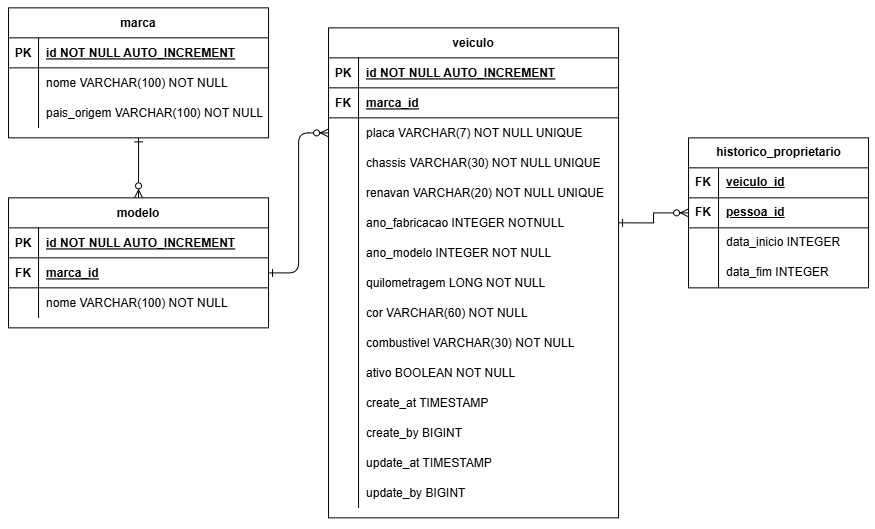
Above: docs/modelo-relacional/ENTIDADE-RELACIONAL-VEICULO.png in henriqueValgas/oficina-mecanica-api (draw.io), before the change. Source tidied: cells renumbered, new cells last; positions are measured from the earlier drawing's top-left corner, leaving out a move shared by most shapes.
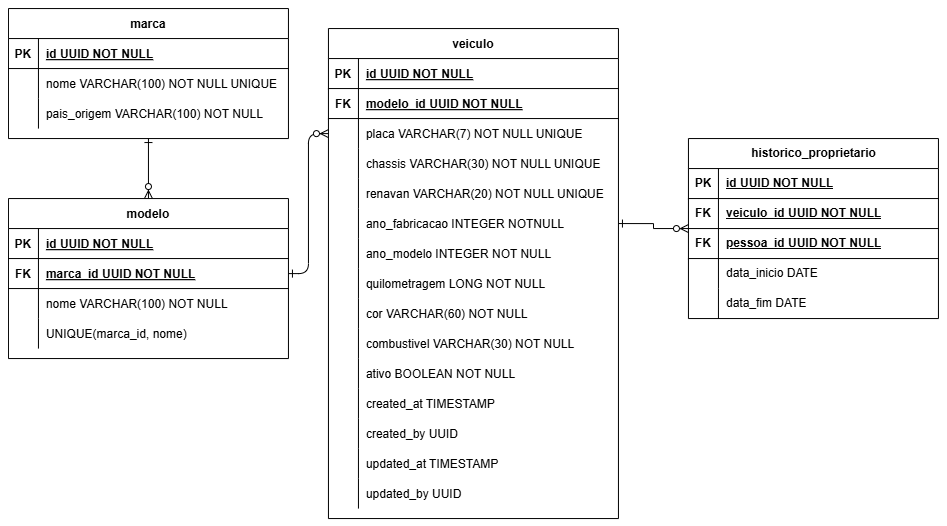
Later version of the same file.

Commit message:
docs: finalizado correcoes em entidade relacional e diagramas de classe

Change to the diagram source:
```diff
@@ -9,35 +9,44 @@
       <mxGeometry relative="1" as="geometry" />
     </mxCell>
     <mxCell id="4" value="modelo" style="shape=table;startSize=30;rowLines=0;fontStyle=1;align=center;" parent="1" vertex="1">
-      <mxGeometry y="190" width="260" height="130" as="geometry" />
+      <mxGeometry y="190" width="280" height="160" as="geometry" />
     </mxCell>
     <mxCell id="5" style="shape=partialRectangle;fillColor=none;top=0;left=0;right=0;bottom=1;" parent="4" vertex="1">
-      <mxGeometry y="30" width="260" height="30" as="geometry" />
+      <mxGeometry y="30" width="280" height="30" as="geometry" />
     </mxCell>
     <mxCell id="6" value="PK" style="shape=partialRectangle;overflow=hidden;fillColor=none;top=0;left=0;bottom=0;right=0;fontStyle=1;" parent="5" vertex="1">
       <mxGeometry width="30" height="30" as="geometry" />
     </mxCell>
-    <mxCell id="7" value="id NOT NULL AUTO_INCREMENT" style="shape=partialRectangle;overflow=hidden;fillColor=none;top=0;left=0;bottom=0;right=0;align=left;spacingLeft=6;fontStyle=5;" parent="5" vertex="1">
-      <mxGeometry x="30" width="230" height="30" as="geometry" />
+    <mxCell id="7" value="id UUID NOT NULL" style="shape=partialRectangle;overflow=hidden;fillColor=none;top=0;left=0;bottom=0;right=0;align=left;spacingLeft=6;fontStyle=5;" parent="5" vertex="1">
+      <mxGeometry x="30" width="250" height="30" as="geometry" />
     </mxCell>
     <mxCell id="8" style="shape=partialRectangle;fillColor=none;points=[[0,0.5],[1,0.5]];portConstraint=eastwest;top=0;left=0;right=0;bottom=1;" parent="4" vertex="1">
-      <mxGeometry y="60" width="260" height="30" as="geometry" />
+      <mxGeometry y="60" width="280" height="30" as="geometry" />
     </mxCell>
     <mxCell id="9" value="FK" style="shape=partialRectangle;overflow=hidden;fillColor=none;top=0;left=0;bottom=0;right=0;fontStyle=1;" parent="8" vertex="1">
       <mxGeometry width="30" height="30" as="geometry" />
     </mxCell>
-    <mxCell id="10" value="marca_id" style="shape=partialRectangle;overflow=hidden;fillColor=none;top=0;left=0;bottom=0;right=0;align=left;spacingLeft=6;fontStyle=5;" parent="8" vertex="1">
-      <mxGeometry x="30" width="230" height="30" as="geometry" />
+    <mxCell id="10" value="marca_id UUID NOT NULL" style="shape=partialRectangle;overflow=hidden;fillColor=none;top=0;left=0;bottom=0;right=0;align=left;spacingLeft=6;fontStyle=5;" parent="8" vertex="1">
+      <mxGeometry x="30" width="250" height="30" as="geometry" />
     </mxCell>
     <mxCell id="11" style="shape=partialRectangle;fillColor=none;top=0;left=0;right=0;bottom=0;" parent="4" vertex="1">
-      <mxGeometry y="90" width="260" height="30" as="geometry" />
+      <mxGeometry y="90" width="280" height="30" as="geometry" />
     </mxCell>
     <mxCell id="12" style="shape=partialRectangle;overflow=hidden;fillColor=none;top=0;left=0;bottom=0;right=0;" parent="11" vertex="1">
       <mxGeometry width="30" height="30" as="geometry" />
     </mxCell>
     <mxCell id="13" value="nome VARCHAR(100) NOT NULL" style="shape=partialRectangle;overflow=hidden;fillColor=none;top=0;left=0;bottom=0;right=0;align=left;spacingLeft=6;" parent="11" vertex="1">
-      <mxGeometry x="30" width="230" height="30" as="geometry" />
+      <mxGeometry x="30" width="250" height="30" as="geometry" />
     </mxCell>
+    <mxCell id="84" style="shape=partialRectangle;fillColor=none;top=0;left=0;right=0;bottom=0;" parent="4" vertex="1">
+      <mxGeometry y="120" width="280" height="30" as="geometry" />
+    </mxCell>
+    <mxCell id="85" style="shape=partialRectangle;overflow=hidden;fillColor=none;top=0;left=0;bottom=0;right=0;" parent="84" vertex="1">
+      <mxGeometry width="30" height="30" as="geometry" />
+    </mxCell>
+    <mxCell id="86" value="UNIQUE(marca_id, nome)" style="shape=partialRectangle;overflow=hidden;fillColor=none;top=0;left=0;bottom=0;right=0;align=left;spacingLeft=6;" parent="84" vertex="1">
+      <mxGeometry x="30" width="250" height="30" as="geometry" />
+    </mxCell>
     <mxCell id="14" value="veiculo" style="shape=table;startSize=30;rowLines=0;fontStyle=1;align=center;" parent="1" vertex="1">
       <mxGeometry x="320" y="20" width="290" height="490" as="geometry" />
     </mxCell>
@@ -47,7 +56,7 @@
     <mxCell id="16" value="PK" style="shape=partialRectangle;overflow=hidden;fillColor=none;top=0;left=0;bottom=0;right=0;fontStyle=1;" parent="15" vertex="1">
       <mxGeometry width="30" height="30" as="geometry" />
     </mxCell>
-    <mxCell id="17" value="id NOT NULL AUTO_INCREMENT" style="shape=partialRectangle;overflow=hidden;fillColor=none;top=0;left=0;bottom=0;right=0;align=left;spacingLeft=6;fontStyle=5;" parent="15" vertex="1">
+    <mxCell id="17" value="id UUID NOT NULL" style="shape=partialRectangle;overflow=hidden;fillColor=none;top=0;left=0;bottom=0;right=0;align=left;spacingLeft=6;fontStyle=5;" parent="15" vertex="1">
       <mxGeometry x="30" width="260" height="30" as="geometry" />
     </mxCell>
     <mxCell id="18" style="shape=partialRectangle;fillColor=none;top=0;left=0;right=0;bottom=1;" parent="14" vertex="1">
@@ -56,7 +65,7 @@
     <mxCell id="19" value="FK" style="shape=partialRectangle;overflow=hidden;fillColor=none;top=0;left=0;bottom=0;right=0;fontStyle=1;" parent="18" vertex="1">
       <mxGeometry width="30" height="30" as="geometry" />
     </mxCell>
-    <mxCell id="20" value="marca_id" style="shape=partialRectangle;overflow=hidden;fillColor=none;top=0;left=0;bottom=0;right=0;align=left;spacingLeft=6;fontStyle=5;" parent="18" vertex="1">
+    <mxCell id="20" value="modelo_id UUID NOT NULL" style="shape=partialRectangle;overflow=hidden;fillColor=none;top=0;left=0;bottom=0;right=0;align=left;spacingLeft=6;fontStyle=5;" parent="18" vertex="1">
       <mxGeometry x="30" width="260" height="30" as="geometry" />
     </mxCell>
     <mxCell id="21" style="shape=partialRectangle;fillColor=none;points=[[0,0.5],[1,0.5]];portConstraint=eastwest;top=0;left=0;right=0;bottom=0;" parent="14" vertex="1">
@@ -146,7 +155,7 @@
     <mxCell id="49" style="shape=partialRectangle;overflow=hidden;fillColor=none;top=0;left=0;bottom=0;right=0;" parent="48" vertex="1">
       <mxGeometry width="30" height="30" as="geometry" />
     </mxCell>
-    <mxCell id="50" value="create_at TIMESTAMP" style="shape=partialRectangle;overflow=hidden;fillColor=none;top=0;left=0;bottom=0;right=0;align=left;spacingLeft=6;" parent="48" vertex="1">
+    <mxCell id="50" value="created_at TIMESTAMP" style="shape=partialRectangle;overflow=hidden;fillColor=none;top=0;left=0;bottom=0;right=0;align=left;spacingLeft=6;" parent="48" vertex="1">
       <mxGeometry x="30" width="260" height="30" as="geometry" />
     </mxCell>
     <mxCell id="51" style="shape=partialRectangle;fillColor=none;top=0;left=0;right=0;bottom=0;" parent="14" vertex="1">
@@ -155,7 +164,7 @@
     <mxCell id="52" style="shape=partialRectangle;overflow=hidden;fillColor=none;top=0;left=0;bottom=0;right=0;" parent="51" vertex="1">
       <mxGeometry width="30" height="30" as="geometry" />
     </mxCell>
-    <mxCell id="53" value="create_by BIGINT" style="shape=partialRectangle;overflow=hidden;fillColor=none;top=0;left=0;bottom=0;right=0;align=left;spacingLeft=6;" parent="51" vertex="1">
+    <mxCell id="53" value="created_by UUID" style="shape=partialRectangle;overflow=hidden;fillColor=none;top=0;left=0;bottom=0;right=0;align=left;spacingLeft=6;" parent="51" vertex="1">
       <mxGeometry x="30" width="260" height="30" as="geometry" />
     </mxCell>
     <mxCell id="54" style="shape=partialRectangle;fillColor=none;top=0;left=0;right=0;bottom=0;" parent="14" vertex="1">
@@ -164,7 +173,7 @@
     <mxCell id="55" style="shape=partialRectangle;overflow=hidden;fillColor=none;top=0;left=0;bottom=0;right=0;" parent="54" vertex="1">
       <mxGeometry width="30" height="30" as="geometry" />
     </mxCell>
-    <mxCell id="56" value="update_at TIMESTAMP" style="shape=partialRectangle;overflow=hidden;fillColor=none;top=0;left=0;bottom=0;right=0;align=left;spacingLeft=6;" parent="54" vertex="1">
+    <mxCell id="56" value="updated_at TIMESTAMP" style="shape=partialRectangle;overflow=hidden;fillColor=none;top=0;left=0;bottom=0;right=0;align=left;spacingLeft=6;" parent="54" vertex="1">
       <mxGeometry x="30" width="260" height="30" as="geometry" />
     </mxCell>
     <mxCell id="57" style="shape=partialRectangle;fillColor=none;top=0;left=0;right=0;bottom=0;" parent="14" vertex="1">
@@ -173,77 +182,86 @@
     <mxCell id="58" style="shape=partialRectangle;overflow=hidden;fillColor=none;top=0;left=0;bottom=0;right=0;" parent="57" vertex="1">
       <mxGeometry width="30" height="30" as="geometry" />
     </mxCell>
-    <mxCell id="59" value="update_by BIGINT" style="shape=partialRectangle;overflow=hidden;fillColor=none;top=0;left=0;bottom=0;right=0;align=left;spacingLeft=6;" parent="57" vertex="1">
+    <mxCell id="59" value="updated_by UUID" style="shape=partialRectangle;overflow=hidden;fillColor=none;top=0;left=0;bottom=0;right=0;align=left;spacingLeft=6;" parent="57" vertex="1">
       <mxGeometry x="30" width="260" height="30" as="geometry" />
     </mxCell>
     <mxCell id="60" value="marca" style="shape=table;startSize=30;rowLines=0;fontStyle=1;align=center;" parent="1" vertex="1">
-      <mxGeometry width="260" height="130" as="geometry" />
+      <mxGeometry width="280" height="130" as="geometry" />
     </mxCell>
     <mxCell id="61" style="shape=partialRectangle;fillColor=none;top=0;left=0;right=0;bottom=1;" parent="60" vertex="1">
-      <mxGeometry y="30" width="260" height="30" as="geometry" />
+      <mxGeometry y="30" width="280" height="30" as="geometry" />
     </mxCell>
     <mxCell id="62" value="PK" style="shape=partialRectangle;overflow=hidden;fillColor=none;top=0;left=0;bottom=0;right=0;fontStyle=1;" parent="61" vertex="1">
       <mxGeometry width="30" height="30" as="geometry" />
     </mxCell>
-    <mxCell id="63" value="id NOT NULL AUTO_INCREMENT" style="shape=partialRectangle;overflow=hidden;fillColor=none;top=0;left=0;bottom=0;right=0;align=left;spacingLeft=6;fontStyle=5;" parent="61" vertex="1">
-      <mxGeometry x="30" width="230" height="30" as="geometry" />
+    <mxCell id="63" value="id UUID NOT NULL" style="shape=partialRectangle;overflow=hidden;fillColor=none;top=0;left=0;bottom=0;right=0;align=left;spacingLeft=6;fontStyle=5;" parent="61" vertex="1">
+      <mxGeometry x="30" width="250" height="30" as="geometry" />
     </mxCell>
     <mxCell id="64" style="shape=partialRectangle;fillColor=none;top=0;left=0;right=0;bottom=0;" parent="60" vertex="1">
-      <mxGeometry y="60" width="260" height="30" as="geometry" />
+      <mxGeometry y="60" width="280" height="30" as="geometry" />
     </mxCell>
     <mxCell id="65" style="shape=partialRectangle;overflow=hidden;fillColor=none;top=0;left=0;bottom=0;right=0;" parent="64" vertex="1">
       <mxGeometry width="30" height="30" as="geometry" />
     </mxCell>
-    <mxCell id="66" value="nome VARCHAR(100) NOT NULL" style="shape=partialRectangle;overflow=hidden;fillColor=none;top=0;left=0;bottom=0;right=0;align=left;spacingLeft=6;" parent="64" vertex="1">
-      <mxGeometry x="30" width="230" height="30" as="geometry" />
+    <mxCell id="66" value="nome VARCHAR(100) NOT NULL UNIQUE" style="shape=partialRectangle;overflow=hidden;fillColor=none;top=0;left=0;bottom=0;right=0;align=left;spacingLeft=6;" parent="64" vertex="1">
+      <mxGeometry x="30" width="250" height="30" as="geometry" />
     </mxCell>
     <mxCell id="67" style="shape=partialRectangle;fillColor=none;top=0;left=0;right=0;bottom=0;" parent="60" vertex="1">
-      <mxGeometry y="90" width="260" height="30" as="geometry" />
+      <mxGeometry y="90" width="280" height="30" as="geometry" />
     </mxCell>
     <mxCell id="68" style="shape=partialRectangle;overflow=hidden;fillColor=none;top=0;left=0;bottom=0;right=0;" parent="67" vertex="1">
       <mxGeometry width="30" height="30" as="geometry" />
     </mxCell>
     <mxCell id="69" value="pais_origem VARCHAR(100) NOT NULL" style="shape=partialRectangle;overflow=hidden;fillColor=none;top=0;left=0;bottom=0;right=0;align=left;spacingLeft=6;" parent="67" vertex="1">
-      <mxGeometry x="30" width="230" height="30" as="geometry" />
+      <mxGeometry x="30" width="250" height="30" as="geometry" />
     </mxCell>
     <mxCell id="70" value="historico_proprietario" style="shape=table;startSize=30;rowLines=0;fontStyle=1;align=center;html=1;" parent="1" vertex="1">
-      <mxGeometry x="680" y="130" width="180" height="150" as="geometry" />
+      <mxGeometry x="680" y="130" width="250" height="180" as="geometry" />
     </mxCell>
     <mxCell id="71" style="shape=tableRow;horizontal=0;startSize=0;swimlaneHead=0;swimlaneBody=0;fillColor=none;top=0;left=0;right=0;bottom=1;" parent="70" vertex="1">
-      <mxGeometry y="30" width="180" height="30" as="geometry" />
+      <mxGeometry y="30" width="250" height="30" as="geometry" />
     </mxCell>
-    <mxCell id="72" value="FK" style="shape=partialRectangle;fillColor=none;top=0;left=0;bottom=0;right=0;fontStyle=1;overflow=hidden;whiteSpace=wrap;html=1;" parent="71" vertex="1">
+    <mxCell id="72" value="PK" style="shape=partialRectangle;fillColor=none;top=0;left=0;bottom=0;right=0;fontStyle=1;overflow=hidden;whiteSpace=wrap;html=1;" parent="71" vertex="1">
       <mxGeometry width="30" height="30" as="geometry" />
     </mxCell>
-    <mxCell id="73" value="veiculo_id" style="shape=partialRectangle;fillColor=none;top=0;left=0;bottom=0;right=0;align=left;spacingLeft=6;fontStyle=5;overflow=hidden;whiteSpace=wrap;html=1;" parent="71" vertex="1">
-      <mxGeometry x="30" width="150" height="30" as="geometry" />
+    <mxCell id="73" value="id UUID NOT NULL" style="shape=partialRectangle;fillColor=none;top=0;left=0;bottom=0;right=0;align=left;spacingLeft=6;fontStyle=5;overflow=hidden;whiteSpace=wrap;html=1;" parent="71" vertex="1">
+      <mxGeometry x="30" width="220" height="30" as="geometry" />
     </mxCell>
+    <mxCell id="87" style="shape=tableRow;horizontal=0;startSize=0;swimlaneHead=0;swimlaneBody=0;fillColor=none;top=0;left=0;right=0;bottom=1;" parent="70" vertex="1">
+      <mxGeometry y="60" width="250" height="30" as="geometry" />
+    </mxCell>
+    <mxCell id="88" value="FK" style="shape=partialRectangle;fillColor=none;top=0;left=0;bottom=0;right=0;fontStyle=1;overflow=hidden;whiteSpace=wrap;html=1;" parent="87" vertex="1">
+      <mxGeometry width="30" height="30" as="geometry" />
+    </mxCell>
+    <mxCell id="89" value="veiculo_id UUID NOT NULL" style="shape=partialRectangle;fillColor=none;top=0;left=0;bottom=0;right=0;align=left;spacingLeft=6;fontStyle=5;overflow=hidden;whiteSpace=wrap;html=1;" parent="87" vertex="1">
+      <mxGeometry x="30" width="220" height="30" as="geometry" />
+    </mxCell>
     <mxCell id="74" style="shape=tableRow;horizontal=0;startSize=0;swimlaneHead=0;swimlaneBody=0;fillColor=none;top=0;left=0;right=0;bottom=1;" parent="70" vertex="1">
-      <mxGeometry y="60" width="180" height="30" as="geometry" />
+      <mxGeometry y="90" width="250" height="30" as="geometry" />
     </mxCell>
     <mxCell id="75" value="FK" style="shape=partialRectangle;fillColor=none;top=0;left=0;bottom=0;right=0;fontStyle=1;overflow=hidden;whiteSpace=wrap;html=1;" parent="74" vertex="1">
       <mxGeometry width="30" height="30" as="geometry" />
     </mxCell>
-    <mxCell id="76" value="pessoa_id" style="shape=partialRectangle;fillColor=none;top=0;left=0;bottom=0;right=0;align=left;spacingLeft=6;fontStyle=5;overflow=hidden;whiteSpace=wrap;html=1;" parent="74" vertex="1">
-      <mxGeometry x="30" width="150" height="30" as="geometry" />
+    <mxCell id="76" value="pessoa_id UUID NOT NULL" style="shape=partialRectangle;fillColor=none;top=0;left=0;bottom=0;right=0;align=left;spacingLeft=6;fontStyle=5;overflow=hidden;whiteSpace=wrap;html=1;" parent="74" vertex="1">
+      <mxGeometry x="30" width="220" height="30" as="geometry" />
     </mxCell>
     <mxCell id="77" style="shape=tableRow;horizontal=0;startSize=0;swimlaneHead=0;swimlaneBody=0;fillColor=none;top=0;left=0;right=0;bottom=0;" parent="70" vertex="1">
-      <mxGeometry y="90" width="180" height="30" as="geometry" />
+      <mxGeometry y="120" width="250" height="30" as="geometry" />
     </mxCell>
     <mxCell id="78" style="shape=partialRectangle;fillColor=none;top=0;left=0;bottom=0;right=0;overflow=hidden;whiteSpace=wrap;html=1;" parent="77" vertex="1">
       <mxGeometry width="30" height="30" as="geometry" />
     </mxCell>
-    <mxCell id="79" value="data_inicio INTEGER" style="shape=partialRectangle;fillColor=none;top=0;left=0;bottom=0;right=0;align=left;spacingLeft=6;overflow=hidden;whiteSpace=wrap;html=1;" parent="77" vertex="1">
-      <mxGeometry x="30" width="150" height="30" as="geometry" />
+    <mxCell id="79" value="data_inicio DATE" style="shape=partialRectangle;fillColor=none;top=0;left=0;bottom=0;right=0;align=left;spacingLeft=6;overflow=hidden;whiteSpace=wrap;html=1;" parent="77" vertex="1">
+      <mxGeometry x="30" width="220" height="30" as="geometry" />
     </mxCell>
     <mxCell id="80" style="shape=tableRow;horizontal=0;startSize=0;swimlaneHead=0;swimlaneBody=0;fillColor=none;top=0;left=0;right=0;bottom=0;" parent="70" vertex="1">
-      <mxGeometry y="120" width="180" height="30" as="geometry" />
+      <mxGeometry y="150" width="250" height="30" as="geometry" />
     </mxCell>
     <mxCell id="81" style="shape=partialRectangle;fillColor=none;top=0;left=0;bottom=0;right=0;overflow=hidden;whiteSpace=wrap;html=1;" parent="80" vertex="1">
       <mxGeometry width="30" height="30" as="geometry" />
     </mxCell>
-    <mxCell id="82" value="data_fim INTEGER" style="shape=partialRectangle;fillColor=none;top=0;left=0;bottom=0;right=0;align=left;spacingLeft=6;overflow=hidden;whiteSpace=wrap;html=1;" parent="80" vertex="1">
-      <mxGeometry x="30" width="150" height="30" as="geometry" />
+    <mxCell id="82" value="data_fim DATE" style="shape=partialRectangle;fillColor=none;top=0;left=0;bottom=0;right=0;align=left;spacingLeft=6;overflow=hidden;whiteSpace=wrap;html=1;" parent="80" vertex="1">
+      <mxGeometry x="30" width="220" height="30" as="geometry" />
     </mxCell>
     <mxCell id="83" style="edgeStyle=orthogonalEdgeStyle;rounded=0;jettySize=auto;html=1;exitX=1;exitY=0.5;exitDx=0;exitDy=0;entryX=0;entryY=0.5;entryDx=0;entryDy=0;endArrow=ERzeroToMany;endFill=0;startArrow=ERone;startFill=0;" parent="1" edge="1" source="30" target="70">
       <mxGeometry relative="1" as="geometry" />
```
